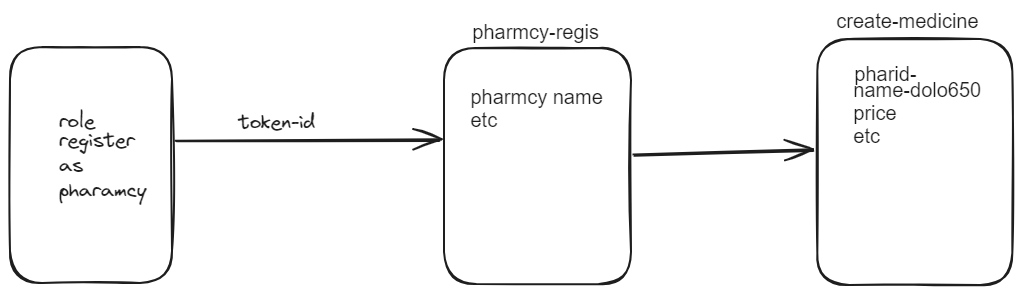
Before: dr.excalidraw.png, a diagram exported from Excalidraw (thefarhanahmad/hospital-server). Source tidied: one line per element, renumbered; positions are measured from the earlier drawing's top-left corner, leaving out a move shared by most shapes.
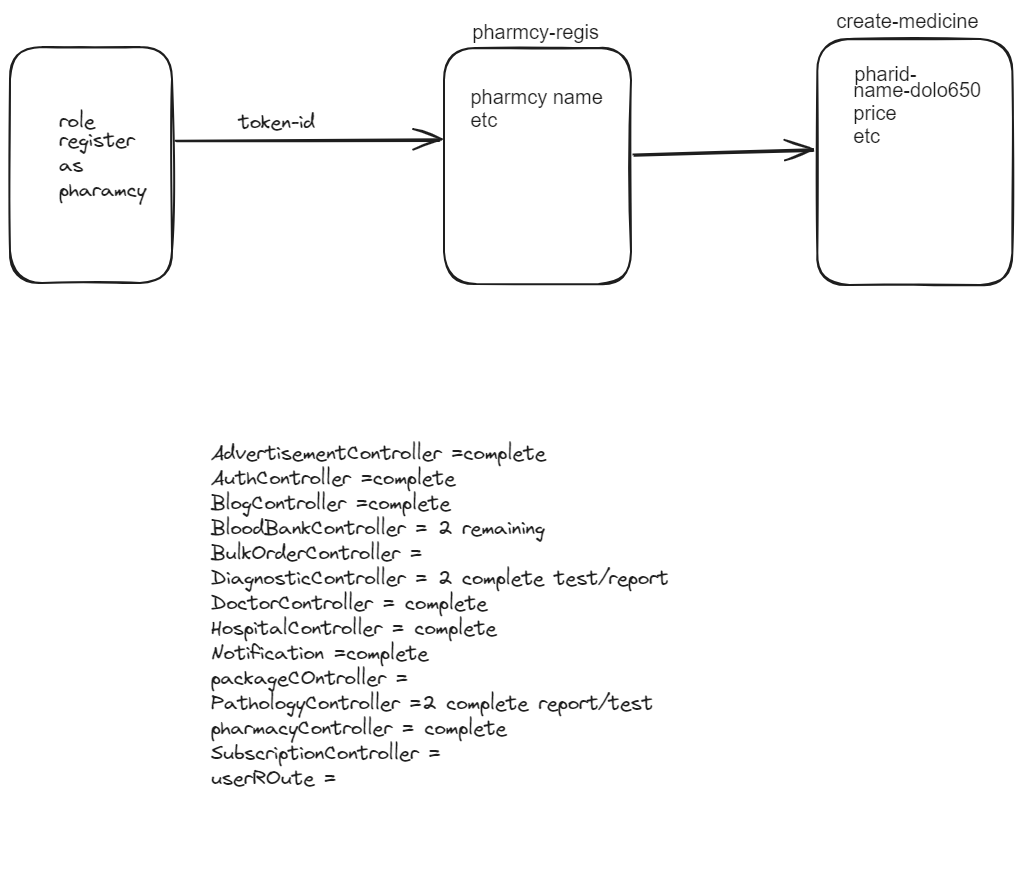
Later version of the same file.

What changed in the source:
```diff
@@ -11,3 +11,4 @@
 {"id": 10, "type": "text", "text": "create-medicine", "strokeColor": "#1e1e1e", "strokeWidth": 2, "roughness": 1, "fontSize": 20, "fontFamily": 2, "x": 826, "y": 0, "width": 142, "height": 23}
 {"id": 11, "type": "text", "text": "name-dolo650\nprice\netc", "strokeColor": "#1e1e1e", "strokeWidth": 2, "roughness": 1, "fontSize": 20, "fontFamily": 2, "x": 843, "y": 69, "width": 128, "height": 69}
 {"id": 12, "type": "text", "text": "pharid-", "strokeColor": "#1e1e1e", "strokeWidth": 2, "roughness": 1, "fontSize": 20, "fontFamily": 2, "x": 844, "y": 53, "width": 62, "height": 23}
+{"id": 13, "type": "text", "text": "AdvertisementController =complete\nAuthController =complete\nBlogController =complete\nBloodBankController = 2 remaining\nBulkOrderController = \nDiagnosticController = 2 complete test/report\nDoctorController = complete\nHospitalController = complete\nNotification =complete\npackageCOntroller = \nPathologyController =2 complete report/test\npharmacyController = complete\nSubscriptionController =\nuserROute = \n\n\n", "strokeColor": "#1e1e1e", "strokeWidth": 2, "roughness": 1, "fontSize": 20, "fontFamily": 1, "x": 201, "y": 430, "width": 458, "height": 425}
```
